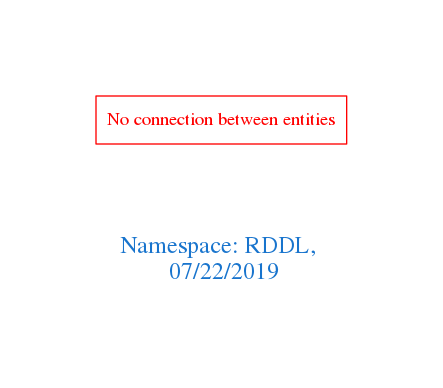
arago/OGIT keeps this Graphviz diagram as downloads/RDDL.png. Above is the earlier version. Its source is kept beside it as downloads/RDDL.dot.
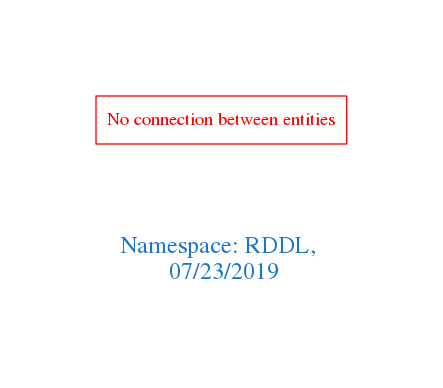
Above is the later version.

The edit, as a diff of the source:
```diff
@@ -1,7 +1,7 @@
 digraph OGIT_ontology {
  graph [ rankdir= LR,pad=1
 fontsize = 18,
-fontcolor= dodgerblue3,label = "\n\n\nNamespace: RDDL, \n 07/22/2019"];
+fontcolor= dodgerblue3,label = "\n\n\nNamespace: RDDL, \n 07/23/2019"];
 node[shape=polygon];
 edge [  color="gray81"];
 
```
